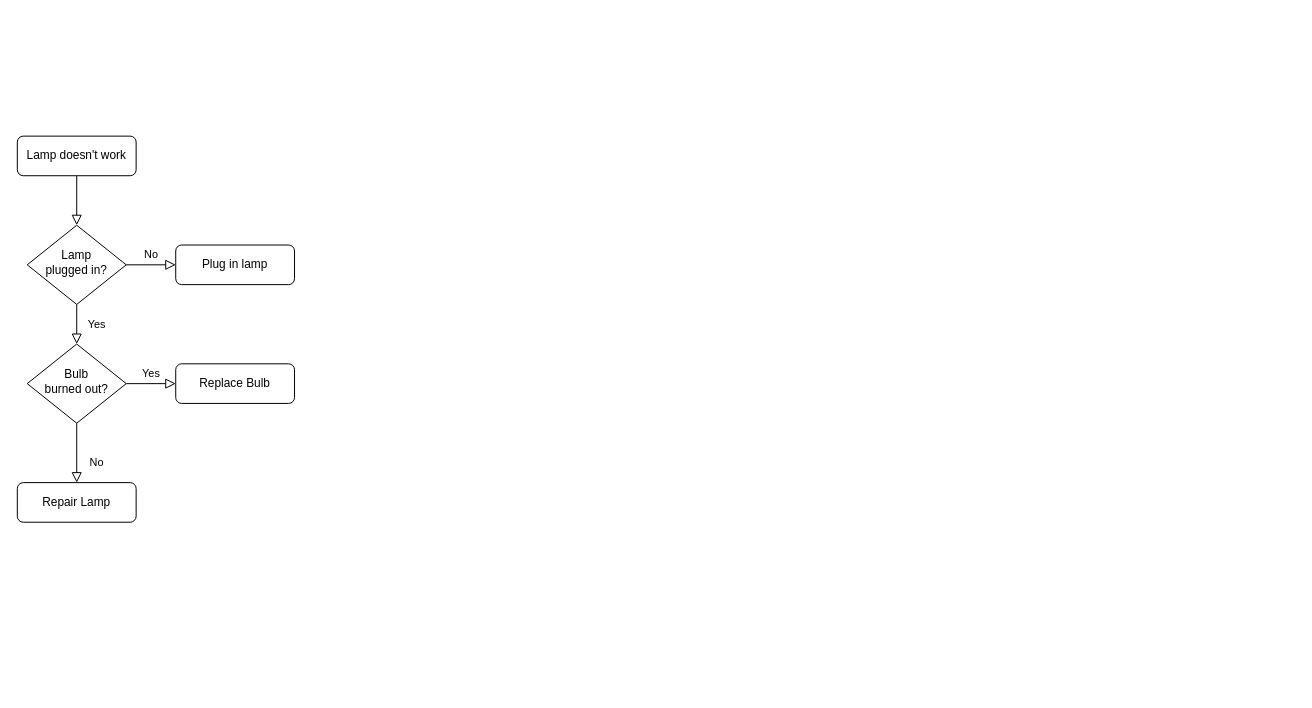
The draw.io diagram up/OTA升级逻辑.drawio in yyzsyx/app_diagrams_net, before the edit. Source tidied: cells renumbered, new cells numbered last; positions are measured from the earlier drawing's top-left corner, leaving out a move shared by most shapes. Both pictures are drawn from the tidied source at 99%, with x=0, y=0 at pixel (17, 136).
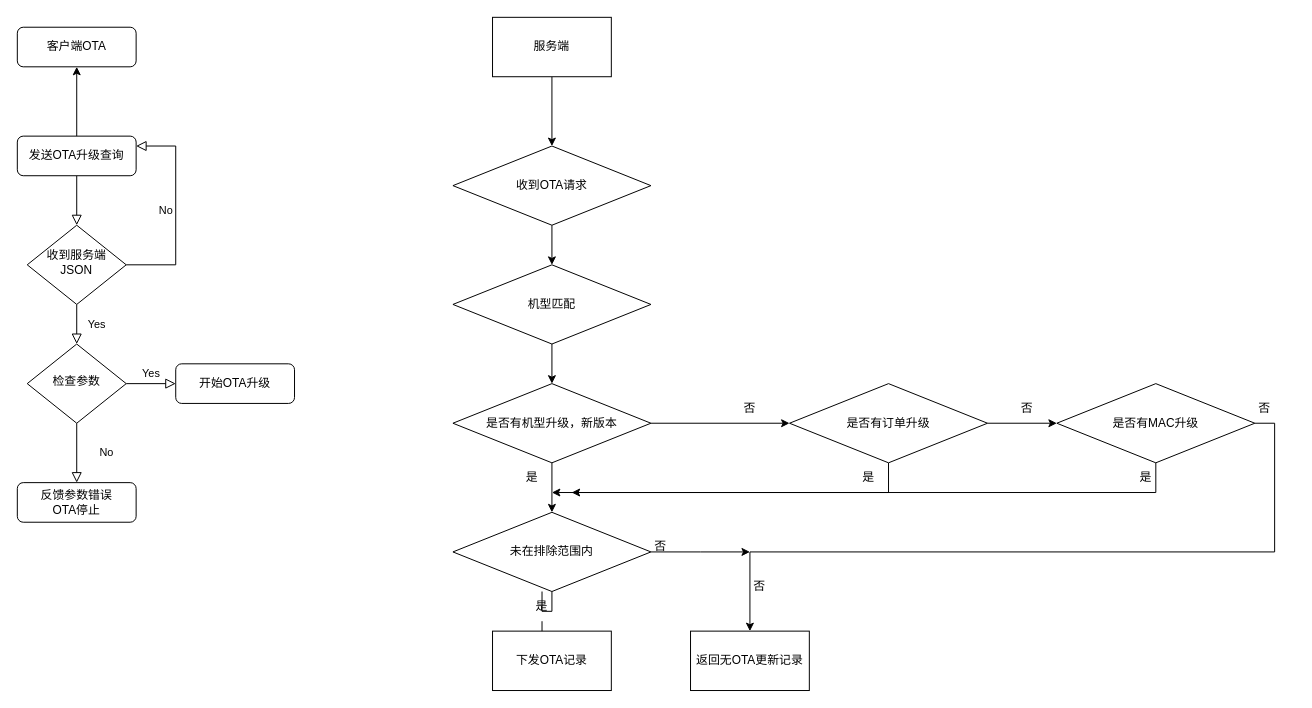
The same page after the edit.

Commit message:
更新OTA升级逻辑.drawio

Change to the diagram source:
```diff
@@
+    <mxCell id="13" style="edgeStyle=orthogonalEdgeStyle;rounded=0;jettySize=auto;html=1;" parent="1" edge="1" source="3" target="14">
+      <mxGeometry relative="1" as="geometry" />
+    </mxCell>
-    <mxCell id="3" value="Lamp doesn't work" style="rounded=1;whiteSpace=wrap;html=1;fontSize=12;glass=0;strokeWidth=1;shadow=0;" parent="1" vertex="1">
+    <mxCell id="3" value="发送OTA升级查询" style="rounded=1;whiteSpace=wrap;html=1;fontSize=12;glass=0;strokeWidth=1;shadow=0;" parent="1" vertex="1">
       <mxGeometry width="120" height="40" as="geometry" />
     </mxCell>
@@
-    <mxCell id="5" value="No" style="edgeStyle=orthogonalEdgeStyle;rounded=0;html=1;jettySize=auto;fontSize=11;endArrow=block;endFill=0;endSize=8;strokeWidth=1;shadow=0;labelBackgroundColor=none;" parent="1" edge="1" source="6" target="7">
-      <mxGeometry y="10" relative="1" as="geometry" />
+    <mxCell id="5" value="No" style="edgeStyle=orthogonalEdgeStyle;rounded=0;html=1;jettySize=auto;fontSize=11;endArrow=block;endFill=0;endSize=8;strokeWidth=1;shadow=0;labelBackgroundColor=none;entryX=1;entryY=0.25;entryDx=0;entryDy=0;" parent="1" edge="1" source="6" target="3">
+      <mxGeometry y="10" relative="1" as="geometry">
+        <Array as="points">
+          <mxPoint x="160" y="130" />
+          <mxPoint x="160" y="10" />
+        </Array>
+      </mxGeometry>
     </mxCell>
-    <mxCell id="6" value="Lamp&lt;br&gt;plugged in?" style="rhombus;whiteSpace=wrap;html=1;shadow=0;fontFamily=Helvetica;fontSize=12;align=center;strokeWidth=1;spacing=6;spacingTop=-4;" parent="1" vertex="1">
+    <mxCell id="6" value="收到服务端JSON" style="rhombus;whiteSpace=wrap;html=1;shadow=0;fontFamily=Helvetica;fontSize=12;align=center;strokeWidth=1;spacing=6;spacingTop=-4;" parent="1" vertex="1">
       <mxGeometry x="10" y="90" width="100" height="80" as="geometry" />
     </mxCell>
-    <mxCell id="7" value="Plug in lamp" style="rounded=1;whiteSpace=wrap;html=1;fontSize=12;glass=0;strokeWidth=1;shadow=0;" parent="1" vertex="1">
-      <mxGeometry x="160" y="110" width="120" height="40" as="geometry" />
-    </mxCell>
     <mxCell id="8" value="No" style="rounded=0;html=1;jettySize=auto;fontSize=11;endArrow=block;endFill=0;endSize=8;strokeWidth=1;shadow=0;labelBackgroundColor=none;edgeStyle=orthogonalEdgeStyle;" parent="1" edge="1" source="10" target="11">
-      <mxGeometry x="0.33" y="20" relative="1" as="geometry" />
+      <mxGeometry y="30" relative="1" as="geometry" />
     </mxCell>
@@
-    <mxCell id="10" value="Bulb&lt;br&gt;burned out?" style="rhombus;whiteSpace=wrap;html=1;shadow=0;fontFamily=Helvetica;fontSize=12;align=center;strokeWidth=1;spacing=6;spacingTop=-4;" parent="1" vertex="1">
+    <mxCell id="10" value="检查参数" style="rhombus;whiteSpace=wrap;html=1;shadow=0;fontFamily=Helvetica;fontSize=12;align=center;strokeWidth=1;spacing=6;spacingTop=-4;" parent="1" vertex="1">
       <mxGeometry x="10" y="210" width="100" height="80" as="geometry" />
     </mxCell>
-    <mxCell id="11" value="Repair Lamp" style="rounded=1;whiteSpace=wrap;html=1;fontSize=12;glass=0;strokeWidth=1;shadow=0;" parent="1" vertex="1">
+    <mxCell id="11" value="反馈参数错误&lt;br&gt;OTA停止" style="rounded=1;whiteSpace=wrap;html=1;fontSize=12;glass=0;strokeWidth=1;shadow=0;" parent="1" vertex="1">
       <mxGeometry y="350" width="120" height="40" as="geometry" />
     </mxCell>
-    <mxCell id="12" value="Replace Bulb" style="rounded=1;whiteSpace=wrap;html=1;fontSize=12;glass=0;strokeWidth=1;shadow=0;" parent="1" vertex="1">
+    <mxCell id="12" value="开始OTA升级" style="rounded=1;whiteSpace=wrap;html=1;fontSize=12;glass=0;strokeWidth=1;shadow=0;" parent="1" vertex="1">
       <mxGeometry x="160" y="230" width="120" height="40" as="geometry" />
     </mxCell>
+    <mxCell id="14" value="客户端OTA" style="whiteSpace=wrap;html=1;rounded=1;glass=0;strokeWidth=1;shadow=0;" parent="1" vertex="1">
+      <mxGeometry y="-110" width="120" height="40" as="geometry" />
+    </mxCell>
+    <mxCell id="15" style="edgeStyle=orthogonalEdgeStyle;rounded=0;jettySize=auto;html=1;" parent="1" edge="1" source="16" target="18">
+      <mxGeometry relative="1" as="geometry" />
+    </mxCell>
+    <mxCell id="16" value="服务端" style="whiteSpace=wrap;html=1;rounded=0;" parent="1" vertex="1">
+      <mxGeometry x="480" y="-120" width="120" height="60" as="geometry" />
+    </mxCell>
+    <mxCell id="17" style="edgeStyle=orthogonalEdgeStyle;rounded=0;jettySize=auto;html=1;" parent="1" edge="1" source="18" target="20">
+      <mxGeometry relative="1" as="geometry" />
+    </mxCell>
+    <mxCell id="18" value="收到OTA请求" style="rhombus;whiteSpace=wrap;html=1;rounded=0;" parent="1" vertex="1">
+      <mxGeometry x="440" y="10" width="200" height="80" as="geometry" />
+    </mxCell>
+    <mxCell id="19" style="edgeStyle=orthogonalEdgeStyle;rounded=0;jettySize=auto;html=1;entryX=0.5;entryY=0;entryDx=0;entryDy=0;" parent="1" edge="1" source="20" target="23">
+      <mxGeometry relative="1" as="geometry" />
+    </mxCell>
+    <mxCell id="20" value="机型匹配" style="rhombus;whiteSpace=wrap;html=1;rounded=0;" parent="1" vertex="1">
+      <mxGeometry x="440" y="130" width="200" height="80" as="geometry" />
+    </mxCell>
+    <mxCell id="21" style="edgeStyle=orthogonalEdgeStyle;rounded=0;jettySize=auto;html=1;entryX=0.5;entryY=0;entryDx=0;entryDy=0;" parent="1" edge="1" source="23" target="26">
+      <mxGeometry relative="1" as="geometry" />
+    </mxCell>
+    <mxCell id="22" style="edgeStyle=orthogonalEdgeStyle;rounded=0;jettySize=auto;html=1;exitX=1;exitY=0.5;exitDx=0;exitDy=0;" parent="1" edge="1" source="23" target="31">
+      <mxGeometry relative="1" as="geometry" />
+    </mxCell>
+    <mxCell id="23" value="是否有机型升级，新版本" style="rhombus;whiteSpace=wrap;html=1;rounded=0;" parent="1" vertex="1">
+      <mxGeometry x="440" y="250" width="200" height="80" as="geometry" />
+    </mxCell>
+    <mxCell id="24" style="edgeStyle=orthogonalEdgeStyle;rounded=0;jettySize=auto;html=1;entryX=0.5;entryY=0;entryDx=0;entryDy=0;startArrow=none;" parent="1" edge="1" source="42" target="27">
+      <mxGeometry relative="1" as="geometry" />
+    </mxCell>
+    <mxCell id="25" style="edgeStyle=orthogonalEdgeStyle;rounded=0;jettySize=auto;html=1;exitX=1;exitY=0.5;exitDx=0;exitDy=0;" parent="1" edge="1" source="26">
+      <mxGeometry relative="1" as="geometry">
+        <mxPoint x="740" y="420" as="targetPoint" />
+      </mxGeometry>
+    </mxCell>
+    <mxCell id="26" value="未在排除范围内" style="rhombus;whiteSpace=wrap;html=1;rounded=0;" parent="1" vertex="1">
+      <mxGeometry x="440" y="380" width="200" height="80" as="geometry" />
+    </mxCell>
+    <mxCell id="27" value="下发OTA记录" style="whiteSpace=wrap;html=1;rounded=0;" parent="1" vertex="1">
+      <mxGeometry x="480" y="500" width="120" height="60" as="geometry" />
+    </mxCell>
+    <mxCell id="28" value="返回无OTA更新记录" style="whiteSpace=wrap;html=1;rounded=0;" parent="1" vertex="1">
+      <mxGeometry x="680" y="500" width="120" height="60" as="geometry" />
+    </mxCell>
+    <mxCell id="29" style="edgeStyle=orthogonalEdgeStyle;rounded=0;jettySize=auto;html=1;" parent="1" edge="1" source="31">
+      <mxGeometry relative="1" as="geometry">
+        <mxPoint x="540" y="360" as="targetPoint" />
+        <Array as="points">
+          <mxPoint x="880" y="360" />
+        </Array>
+      </mxGeometry>
+    </mxCell>
+    <mxCell id="30" style="edgeStyle=orthogonalEdgeStyle;rounded=0;jettySize=auto;html=1;" parent="1" edge="1" source="31" target="34">
+      <mxGeometry relative="1" as="geometry" />
+    </mxCell>
+    <mxCell id="31" value="是否有订单升级" style="rhombus;whiteSpace=wrap;html=1;rounded=0;" parent="1" vertex="1">
+      <mxGeometry x="780" y="250" width="200" height="80" as="geometry" />
+    </mxCell>
+    <mxCell id="32" style="edgeStyle=orthogonalEdgeStyle;rounded=0;jettySize=auto;html=1;" parent="1" edge="1" source="34">
+      <mxGeometry relative="1" as="geometry">
+        <mxPoint x="560" y="360" as="targetPoint" />
+        <Array as="points">
+          <mxPoint x="1150" y="360" />
+        </Array>
+      </mxGeometry>
+    </mxCell>
+    <mxCell id="33" style="edgeStyle=orthogonalEdgeStyle;rounded=0;jettySize=auto;html=1;exitX=1;exitY=0.5;exitDx=0;exitDy=0;entryX=0.5;entryY=0;entryDx=0;entryDy=0;" parent="1" edge="1" source="34" target="28">
+      <mxGeometry relative="1" as="geometry">
+        <Array as="points">
+          <mxPoint x="1270" y="290" />
+          <mxPoint x="1270" y="420" />
+          <mxPoint x="740" y="420" />
+        </Array>
+      </mxGeometry>
+    </mxCell>
+    <mxCell id="34" value="是否有MAC升级" style="rhombus;whiteSpace=wrap;html=1;rounded=0;" parent="1" vertex="1">
+      <mxGeometry x="1050" y="250" width="200" height="80" as="geometry" />
+    </mxCell>
+    <mxCell id="35" value="是" style="text;html=1;strokeColor=none;fillColor=none;align=center;verticalAlign=middle;whiteSpace=wrap;rounded=0;" parent="1" vertex="1">
+      <mxGeometry x="830" y="330" width="60" height="30" as="geometry" />
+    </mxCell>
+    <mxCell id="36" value="是" style="text;html=1;strokeColor=none;fillColor=none;align=center;verticalAlign=middle;whiteSpace=wrap;rounded=0;" parent="1" vertex="1">
+      <mxGeometry x="1110" y="330" width="60" height="30" as="geometry" />
+    </mxCell>
+    <mxCell id="37" value="否" style="text;html=1;strokeColor=none;fillColor=none;align=center;verticalAlign=middle;whiteSpace=wrap;rounded=0;" parent="1" vertex="1">
+      <mxGeometry x="990" y="260" width="60" height="30" as="geometry" />
+    </mxCell>
+    <mxCell id="38" value="否" style="text;html=1;strokeColor=none;fillColor=none;align=center;verticalAlign=middle;whiteSpace=wrap;rounded=0;" parent="1" vertex="1">
+      <mxGeometry x="1230" y="260" width="60" height="30" as="geometry" />
+    </mxCell>
+    <mxCell id="39" value="否" style="text;html=1;strokeColor=none;fillColor=none;align=center;verticalAlign=middle;whiteSpace=wrap;rounded=0;" parent="1" vertex="1">
+      <mxGeometry x="710" y="260" width="60" height="30" as="geometry" />
+    </mxCell>
+    <mxCell id="40" value="是" style="text;html=1;strokeColor=none;fillColor=none;align=center;verticalAlign=middle;whiteSpace=wrap;rounded=0;" parent="1" vertex="1">
+      <mxGeometry x="490" y="330" width="60" height="30" as="geometry" />
+    </mxCell>
+    <mxCell id="41" style="edgeStyle=orthogonalEdgeStyle;rounded=0;jettySize=auto;html=1;entryX=0.5;entryY=0;entryDx=0;entryDy=0;endArrow=none;" parent="1" edge="1" source="26" target="42">
+      <mxGeometry relative="1" as="geometry" />
+    </mxCell>
+    <mxCell id="42" value="是" style="text;html=1;strokeColor=none;fillColor=none;align=center;verticalAlign=middle;whiteSpace=wrap;rounded=0;" parent="1" vertex="1">
+      <mxGeometry x="500" y="460" width="60" height="30" as="geometry" />
+    </mxCell>
+    <mxCell id="43" value="否" style="text;html=1;strokeColor=none;fillColor=none;align=center;verticalAlign=middle;whiteSpace=wrap;rounded=0;" parent="1" vertex="1">
+      <mxGeometry x="720" y="440" width="60" height="30" as="geometry" />
+    </mxCell>
+    <mxCell id="44" value="否" style="text;html=1;strokeColor=none;fillColor=none;align=center;verticalAlign=middle;whiteSpace=wrap;rounded=0;" parent="1" vertex="1">
+      <mxGeometry x="620" y="400" width="60" height="30" as="geometry" />
+    </mxCell>
```
